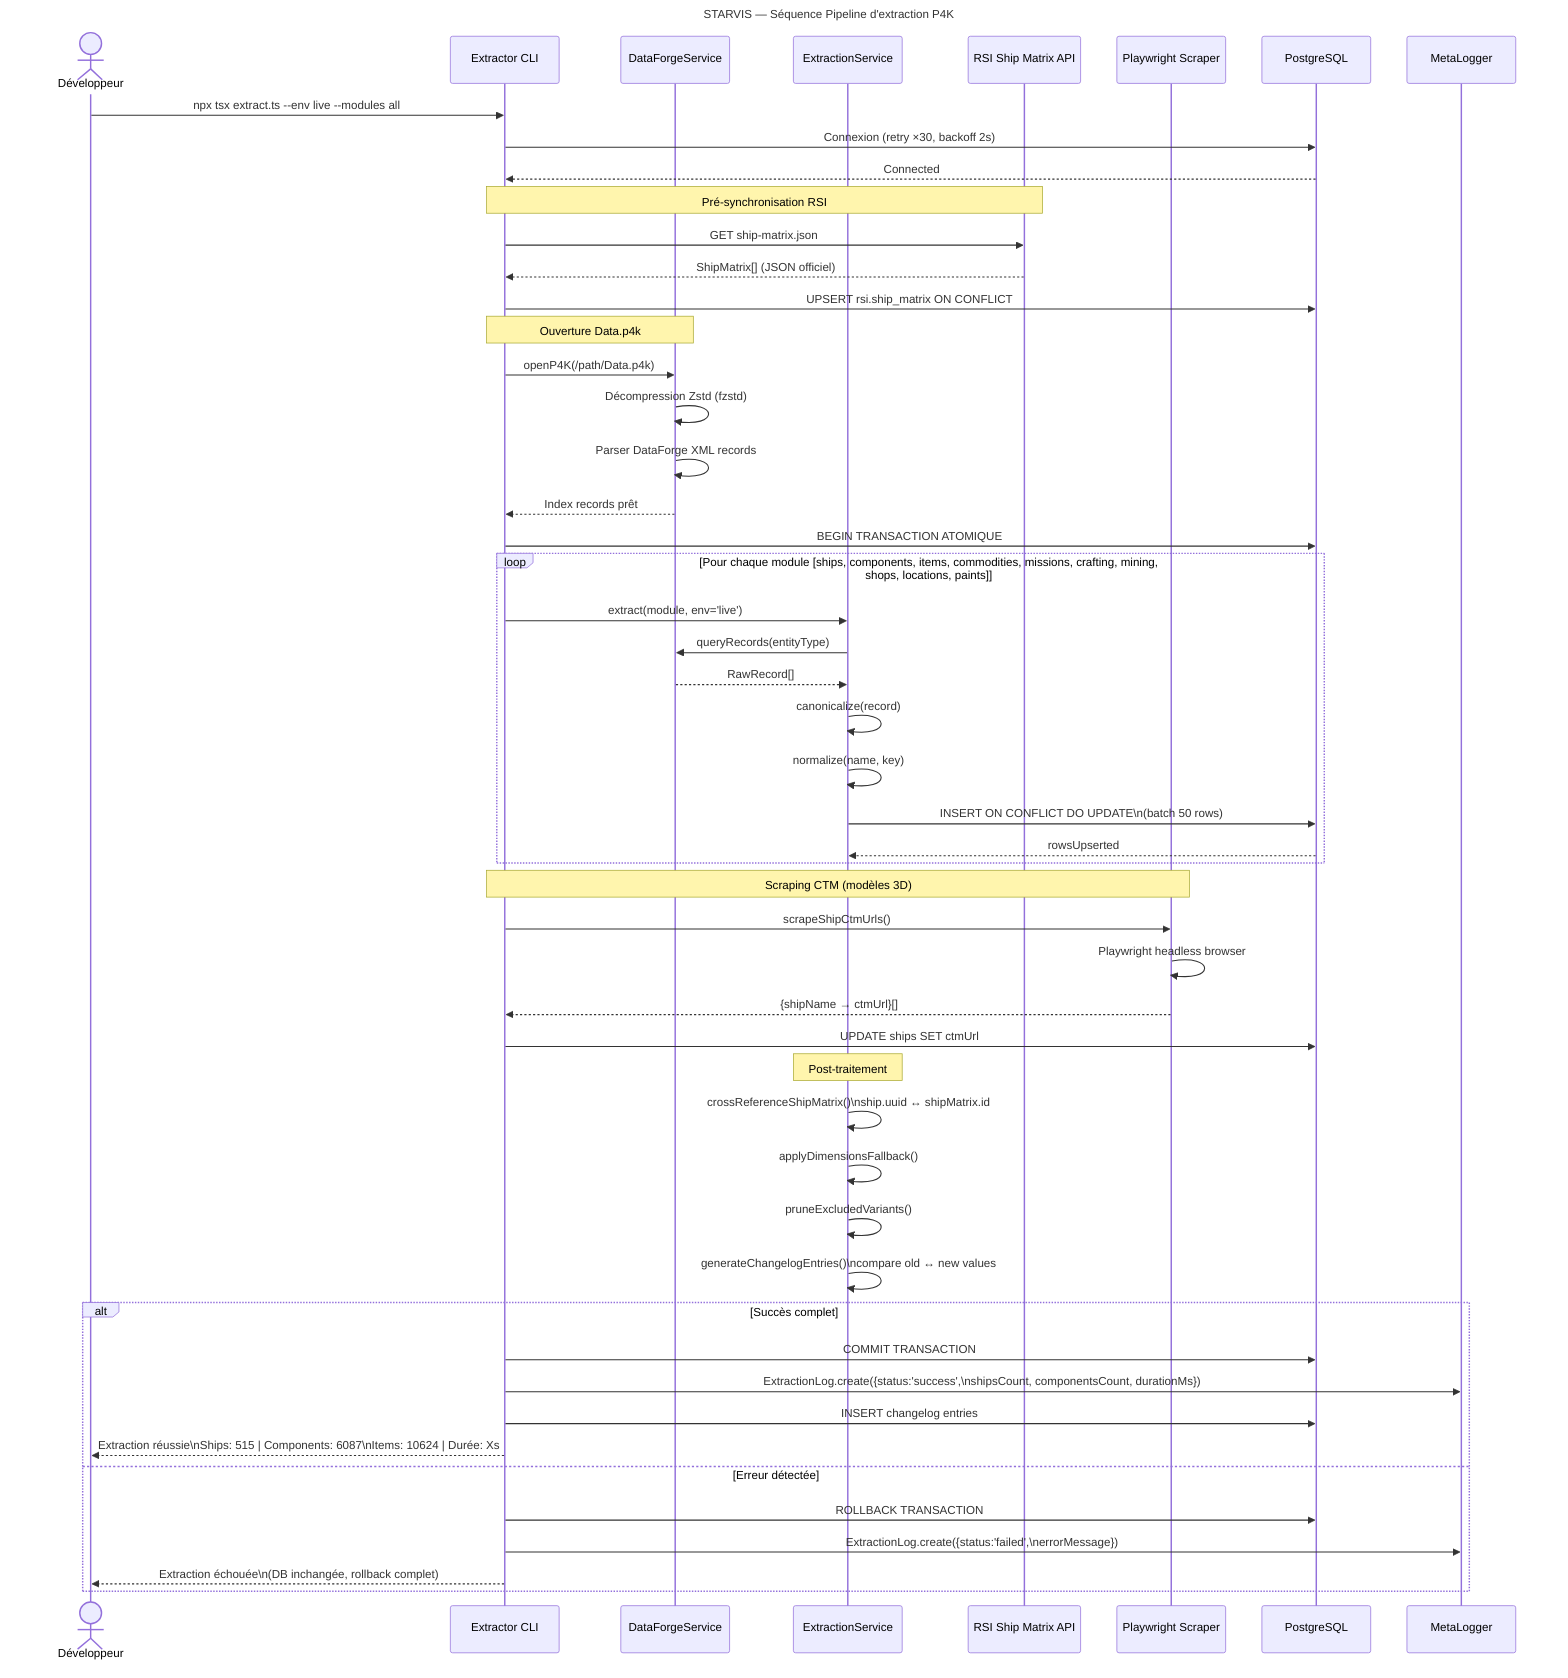
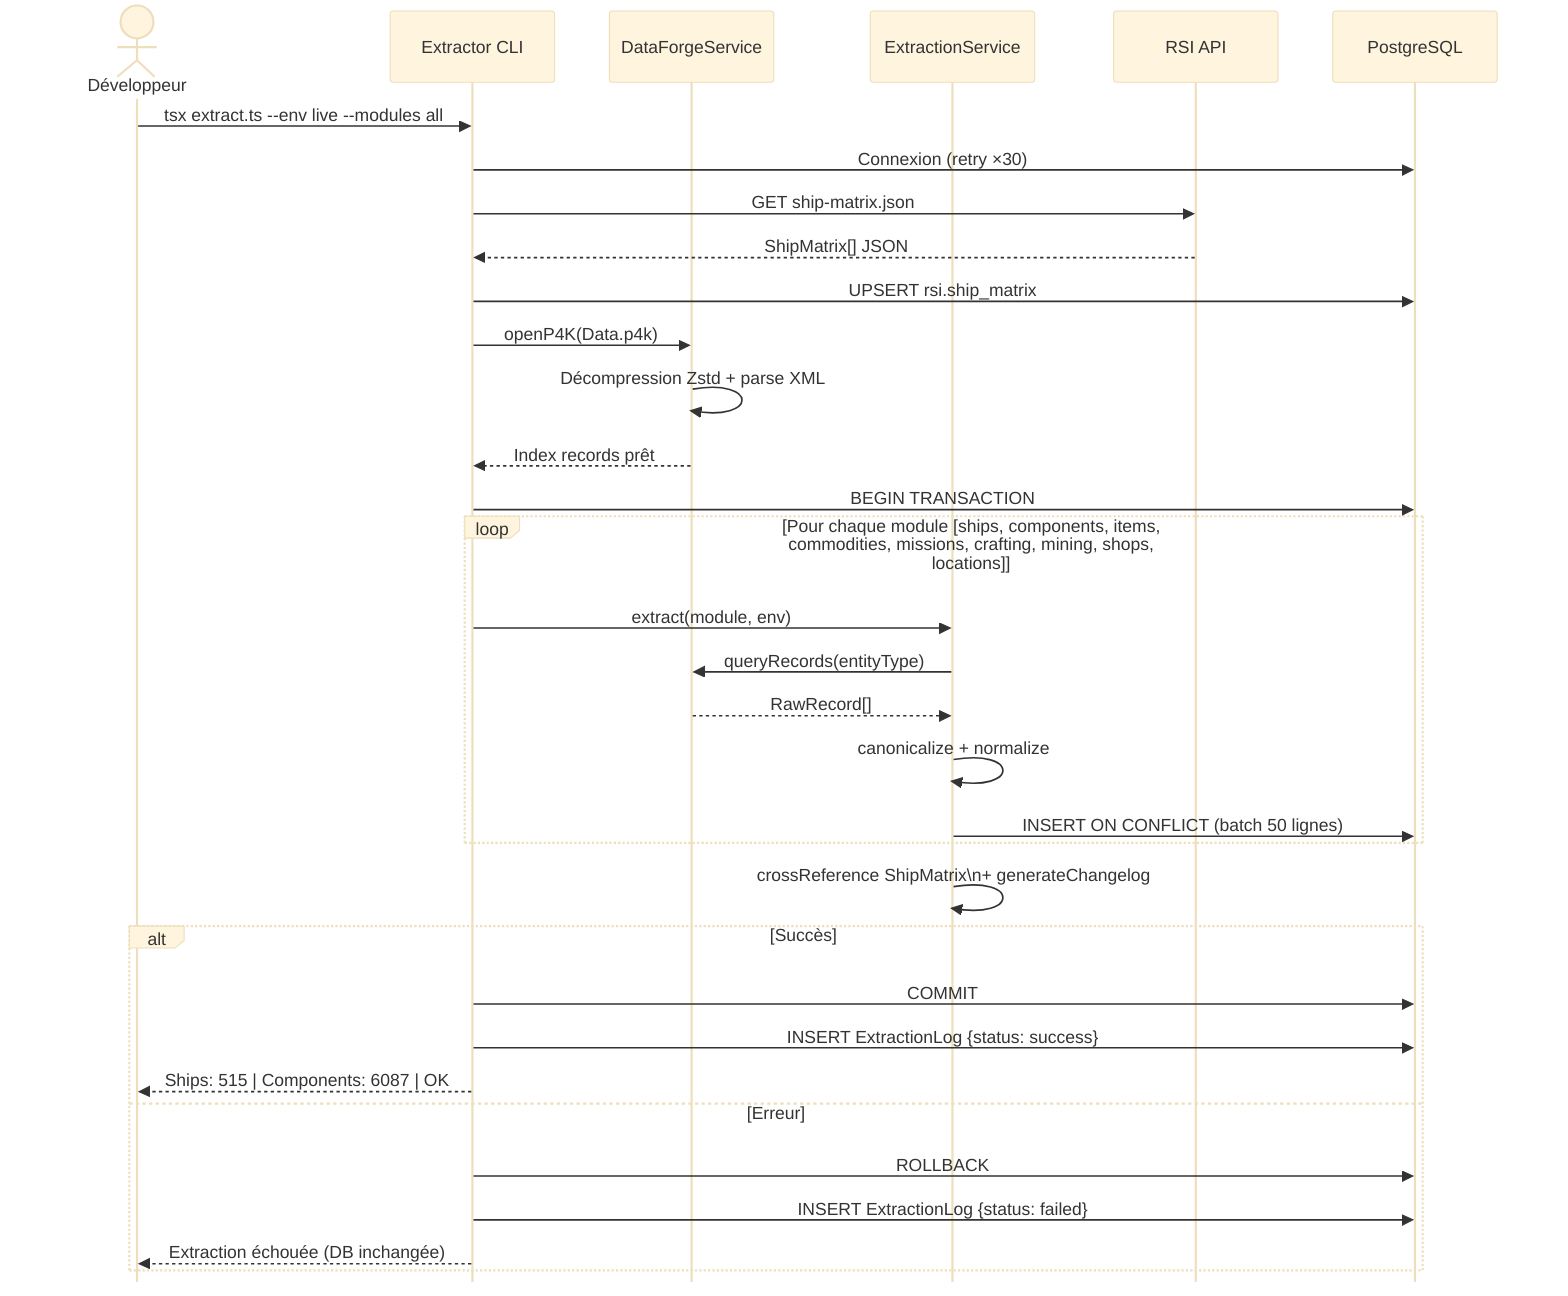
- ---
- title: STARVIS — Séquence Pipeline d'extraction P4K
- ---
+ %%{init: {'theme': 'base', 'themeVariables': {'fontSize': '12px', 'fontFamily': 'Arial'}, 'sequence': {'actorFontSize': 12, 'messageFontSize': 11, 'mirrorActors': false, 'useMaxWidth': true, 'boxMargin': 6}}}%%
sequenceDiagram
    actor Dev as Développeur
    participant CLI as Extractor CLI
    participant DFS as DataForgeService
    participant ES as ExtractionService
-     participant RSI as RSI Ship Matrix API
-     participant Scraper as Playwright Scraper
+     participant RSI as RSI API
    participant DB as PostgreSQL
-     participant ML as MetaLogger

-     Dev->>CLI: npx tsx extract.ts --env live --modules all
-     CLI->>DB: Connexion (retry ×30, backoff 2s)
-     DB-->>CLI: Connected
+     Dev->>CLI: tsx extract.ts --env live --modules all
+     CLI->>DB: Connexion (retry ×30)
+     CLI->>RSI: GET ship-matrix.json
+     RSI-->>CLI: ShipMatrix[] JSON
+     CLI->>DB: UPSERT rsi.ship_matrix

-     Note over CLI,RSI: Pré-synchronisation RSI
-     CLI->>RSI: GET ship-matrix.json
-     RSI-->>CLI: ShipMatrix[] (JSON officiel)
-     CLI->>DB: UPSERT rsi.ship_matrix ON CONFLICT
- 
-     Note over CLI,DFS: Ouverture Data.p4k
-     CLI->>DFS: openP4K(/path/Data.p4k)
-     DFS->>DFS: Décompression Zstd (fzstd)
-     DFS->>DFS: Parser DataForge XML records
+     CLI->>DFS: openP4K(Data.p4k)
+     DFS->>DFS: Décompression Zstd + parse XML
    DFS-->>CLI: Index records prêt

-     CLI->>DB: BEGIN TRANSACTION ATOMIQUE
+     CLI->>DB: BEGIN TRANSACTION

-     loop Pour chaque module [ships, components, items, commodities, missions, crafting, mining, shops, locations, paints]
-         CLI->>ES: extract(module, env='live')
+     loop Pour chaque module [ships, components, items, commodities, missions, crafting, mining, shops, locations]
+         CLI->>ES: extract(module, env)
        ES->>DFS: queryRecords(entityType)
        DFS-->>ES: RawRecord[]
-         ES->>ES: canonicalize(record)
-         ES->>ES: normalize(name, key)
-         ES->>DB: INSERT ON CONFLICT DO UPDATE\n(batch 50 rows)
-         DB-->>ES: rowsUpserted
+         ES->>ES: canonicalize + normalize
+         ES->>DB: INSERT ON CONFLICT (batch 50 lignes)
    end

-     Note over CLI,Scraper: Scraping CTM (modèles 3D)
-     CLI->>Scraper: scrapeShipCtmUrls()
-     Scraper->>Scraper: Playwright headless browser
-     Scraper-->>CLI: {shipName → ctmUrl}[]
-     CLI->>DB: UPDATE ships SET ctmUrl
+     ES->>ES: crossReference ShipMatrix\n+ generateChangelog

-     Note over ES: Post-traitement
-     ES->>ES: crossReferenceShipMatrix()\nship.uuid ↔ shipMatrix.id
-     ES->>ES: applyDimensionsFallback()
-     ES->>ES: pruneExcludedVariants()
-     ES->>ES: generateChangelogEntries()\ncompare old ↔ new values
- 
-     alt Succès complet
-         CLI->>DB: COMMIT TRANSACTION
-         CLI->>ML: ExtractionLog.create({status:'success',\nshipsCount, componentsCount, durationMs})
-         CLI->>DB: INSERT changelog entries
-         CLI-->>Dev: Extraction réussie\nShips: 515 | Components: 6087\nItems: 10624 | Durée: Xs
-     else Erreur détectée
-         CLI->>DB: ROLLBACK TRANSACTION
-         CLI->>ML: ExtractionLog.create({status:'failed',\nerrorMessage})
-         CLI-->>Dev: Extraction échouée\n(DB inchangée, rollback complet)
+     alt Succès
+         CLI->>DB: COMMIT
+         CLI->>DB: INSERT ExtractionLog {status: success}
+         CLI-->>Dev: Ships: 515 | Components: 6087 | OK
+     else Erreur
+         CLI->>DB: ROLLBACK
+         CLI->>DB: INSERT ExtractionLog {status: failed}
+         CLI-->>Dev: Extraction échouée (DB inchangée)
    end
